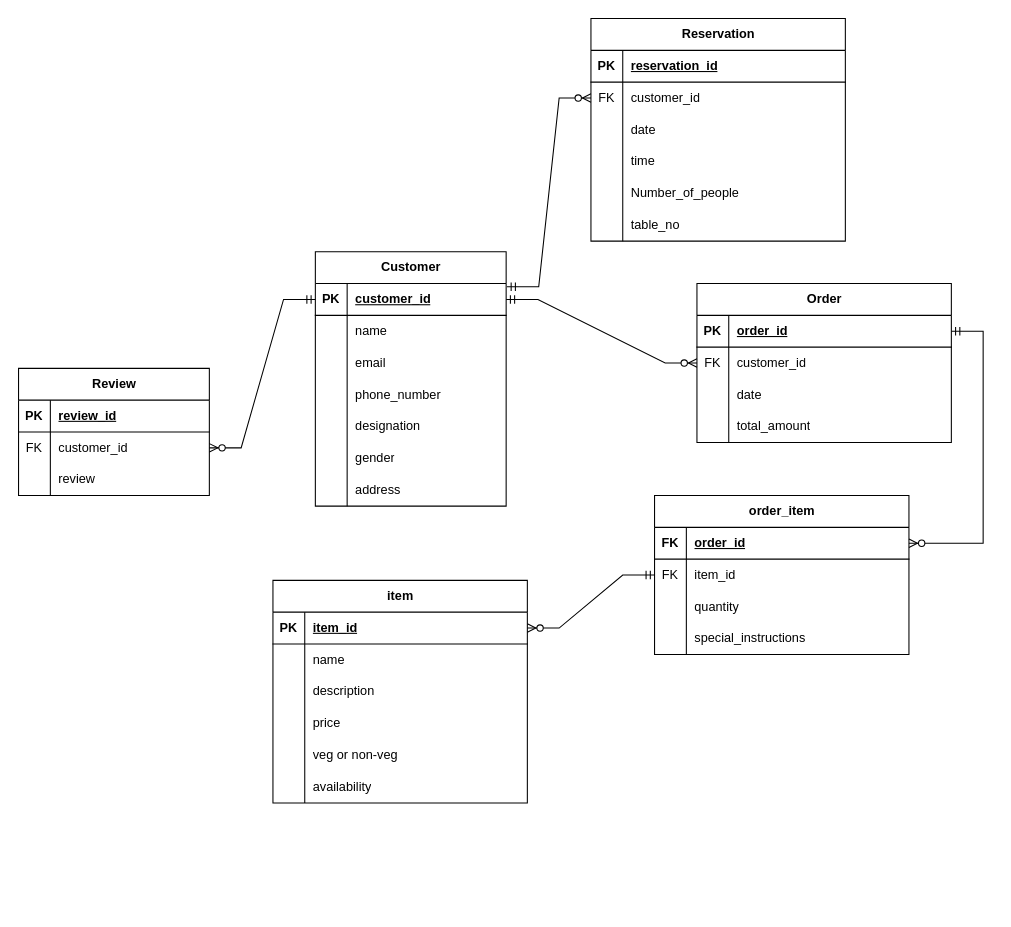
The draw.io diagram Database/ERD.drawio in tenze21/Food-ordering-web-app, before the edit. Source tidied: cells renumbered, new cells numbered last; positions are measured from the earlier drawing's top-left corner, leaving out a move shared by most shapes. Both pictures are drawn from the tidied source at 106%, with x=0, y=0 at pixel (18, 18).
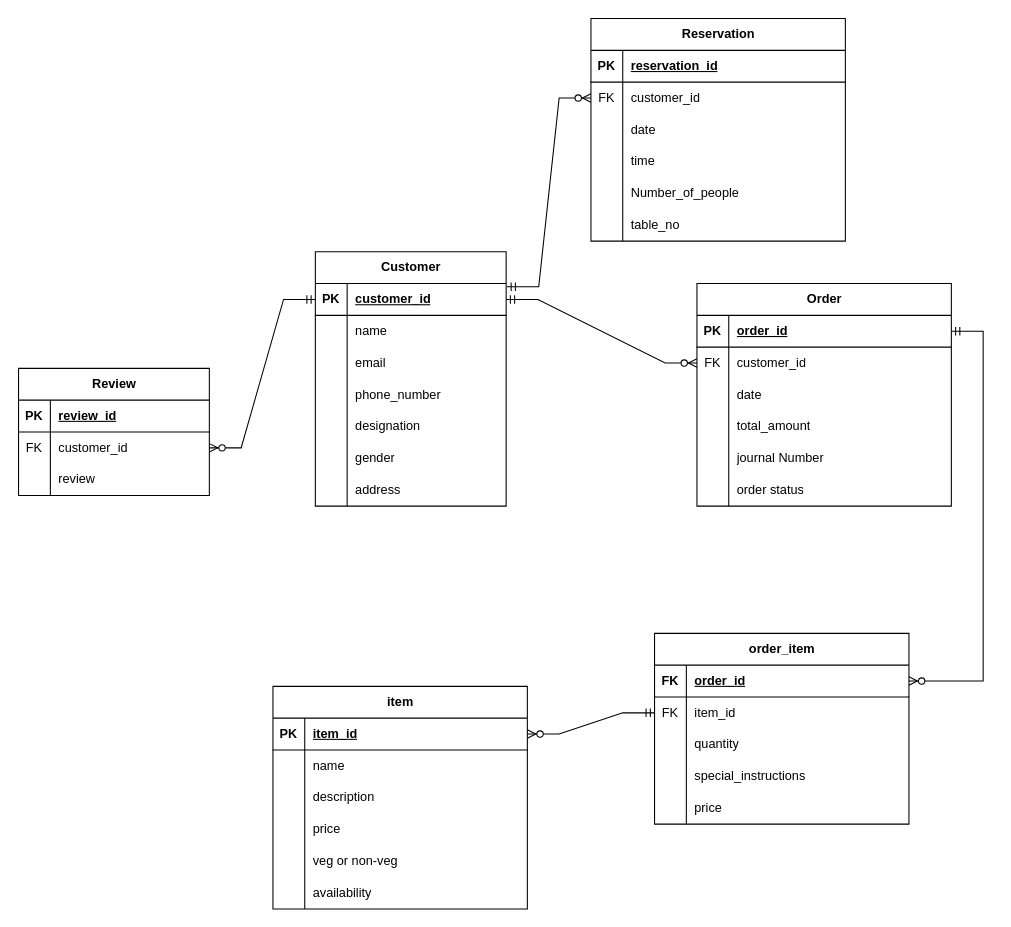
After the change.

Diff of the diagram source:
```diff
@@
     <mxCell id="24" value="Order" style="shape=table;startSize=30;childLayout=tableLayout;rowLines=0;fontStyle=1;align=center;html=1;" parent="1" vertex="1">
-      <mxGeometry x="640" y="250" width="240" height="150" as="geometry" />
+      <mxGeometry x="640" y="250" width="240" height="210" as="geometry" />
     </mxCell>
@@
+    <mxCell id="103" style="shape=tableRow;horizontal=0;startSize=0;swimlaneHead=0;swimlaneBody=0;fillColor=none;top=0;left=0;right=0;bottom=0;" parent="24" vertex="1">
+      <mxGeometry y="150" width="240" height="30" as="geometry" />
+    </mxCell>
+    <mxCell id="104" style="shape=partialRectangle;fillColor=none;top=0;left=0;bottom=0;right=0;overflow=hidden;whiteSpace=wrap;html=1;" parent="103" vertex="1">
+      <mxGeometry width="30" height="30" as="geometry" />
+    </mxCell>
+    <mxCell id="105" value="journal Number" style="shape=partialRectangle;fillColor=none;top=0;left=0;bottom=0;right=0;align=left;spacingLeft=6;overflow=hidden;whiteSpace=wrap;html=1;" parent="103" vertex="1">
+      <mxGeometry x="30" width="210" height="30" as="geometry" />
+    </mxCell>
+    <mxCell id="106" style="shape=tableRow;horizontal=0;startSize=0;swimlaneHead=0;swimlaneBody=0;fillColor=none;top=0;left=0;right=0;bottom=0;" parent="24" vertex="1">
+      <mxGeometry y="180" width="240" height="30" as="geometry" />
+    </mxCell>
+    <mxCell id="107" style="shape=partialRectangle;fillColor=none;top=0;left=0;bottom=0;right=0;overflow=hidden;whiteSpace=wrap;html=1;" parent="106" vertex="1">
+      <mxGeometry width="30" height="30" as="geometry" />
+    </mxCell>
+    <mxCell id="108" value="order status" style="shape=partialRectangle;fillColor=none;top=0;left=0;bottom=0;right=0;align=left;spacingLeft=6;overflow=hidden;whiteSpace=wrap;html=1;" parent="106" vertex="1">
+      <mxGeometry x="30" width="210" height="30" as="geometry" />
+    </mxCell>
     <mxCell id="37" value="item" style="shape=table;startSize=30;childLayout=tableLayout;rowLines=0;fontStyle=1;align=center;html=1;" parent="1" vertex="1">
-      <mxGeometry x="240" y="530" width="240" height="210" as="geometry" />
+      <mxGeometry x="240" y="630" width="240" height="210" as="geometry" />
     </mxCell>
@@
     <mxCell id="56" value="order_item" style="shape=table;startSize=30;childLayout=tableLayout;rowLines=0;fontStyle=1;align=center;html=1;" parent="1" vertex="1">
-      <mxGeometry x="600" y="450" width="240" height="150" as="geometry" />
+      <mxGeometry x="600" y="580" width="240" height="180" as="geometry" />
     </mxCell>
@@
+    <mxCell id="109" style="shape=tableRow;horizontal=0;startSize=0;swimlaneHead=0;swimlaneBody=0;fillColor=none;top=0;left=0;right=0;bottom=0;" parent="56" vertex="1">
+      <mxGeometry y="150" width="240" height="30" as="geometry" />
+    </mxCell>
+    <mxCell id="110" style="shape=partialRectangle;fillColor=none;top=0;left=0;bottom=0;right=0;overflow=hidden;whiteSpace=wrap;html=1;" parent="109" vertex="1">
+      <mxGeometry width="30" height="30" as="geometry" />
+    </mxCell>
+    <mxCell id="111" value="price" style="shape=partialRectangle;fillColor=none;top=0;left=0;bottom=0;right=0;align=left;spacingLeft=6;overflow=hidden;whiteSpace=wrap;html=1;" parent="109" vertex="1">
+      <mxGeometry x="30" width="210" height="30" as="geometry" />
+    </mxCell>
```
